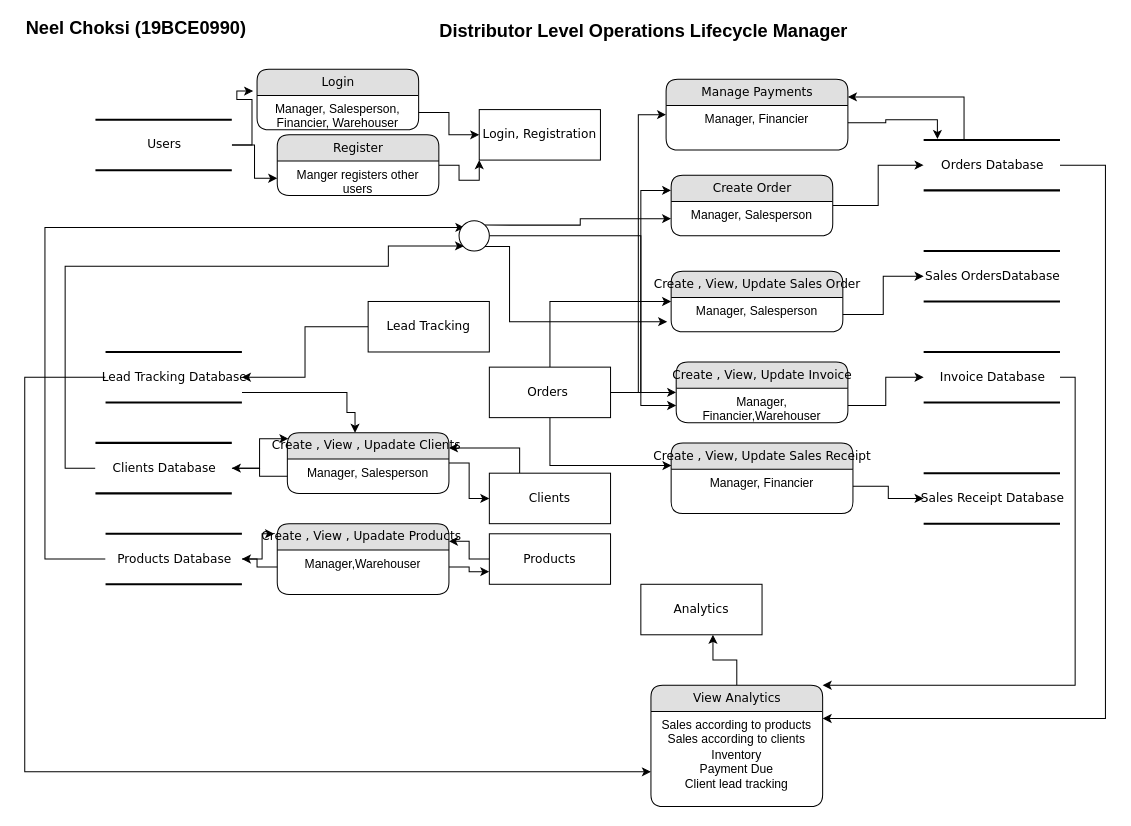
This is page "dataFlow" (1 of 2) of 1_implementation/diagrams/DataFlow.drawio from Learning2Code75/IWP_Project_SEM5_VIT, a draw.io file, before an edit. Source tidied: cells renumbered, new cells numbered last; positions are measured from the earlier drawing's top-left corner, leaving out a move shared by most shapes. Both pictures are drawn from the tidied source at 101%, with x=0, y=0 at pixel (19, 18).
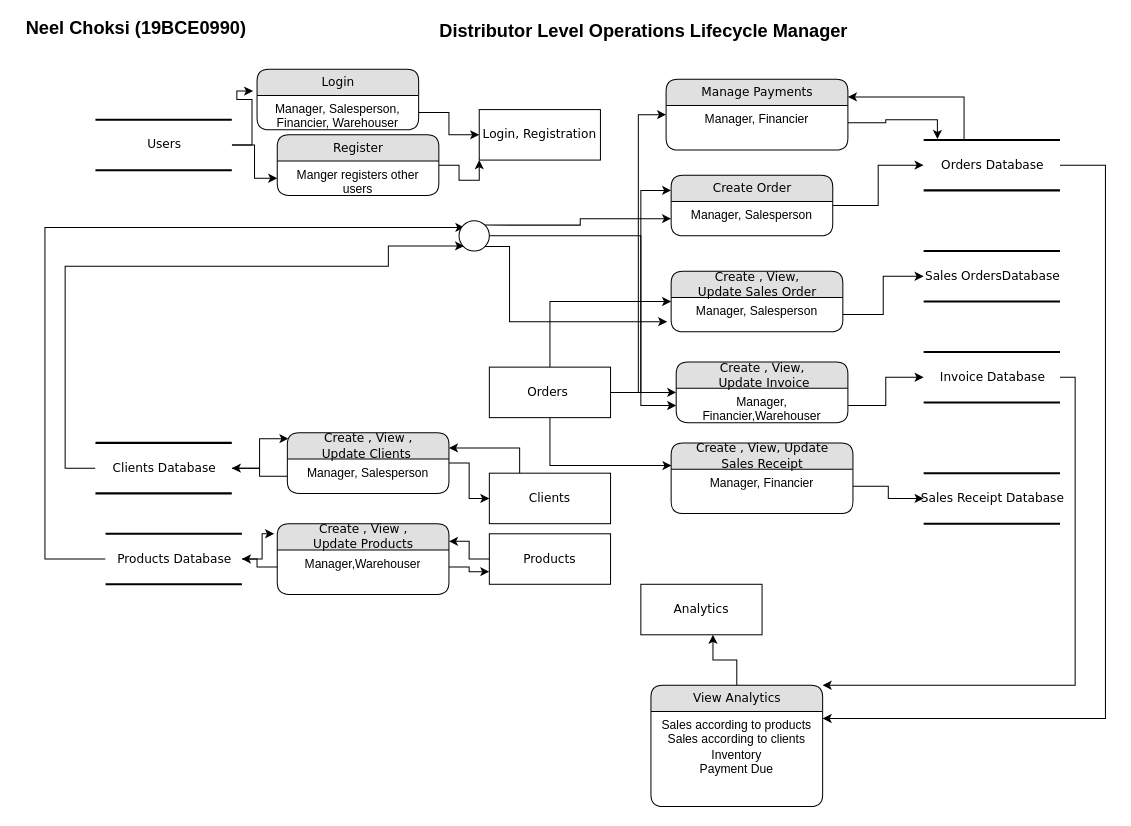
After the change.

Unchanged cells that the change refers to:
```xml
<mxCell id="69" value="View Analytics" style="swimlane;html=1;fontStyle=0;horizontal=1;startSize=26;fillColor=#e0e0e0;swimlaneFillColor=#ffffff;align=center;rounded=1;shadow=0;comic=0;labelBackgroundColor=none;strokeWidth=1;fontFamily=Verdana;fontSize=12;" parent="1" vertex="1">
  <mxGeometry x="625" y="660" width="170" height="120" as="geometry" />
</mxCell>
```

Diff of the diagram source:
```diff
@@
-    <mxCell id="15" style="edgeStyle=orthogonalEdgeStyle;rounded=0;jettySize=auto;html=1;entryX=0.419;entryY=0;entryDx=0;entryDy=0;entryPerimeter=0;" parent="1" edge="1" source="17" target="23">
-      <mxGeometry relative="1" as="geometry">
-        <Array as="points">
-          <mxPoint x="324" y="370" />
-          <mxPoint x="324" y="390" />
-        </Array>
-      </mxGeometry>
-    </mxCell>
-    <mxCell id="16" style="edgeStyle=orthogonalEdgeStyle;rounded=0;jettySize=auto;html=1;entryX=0;entryY=0.635;entryDx=0;entryDy=0;entryPerimeter=0;" parent="1" edge="1" source="17" target="70">
-      <mxGeometry relative="1" as="geometry">
-        <Array as="points">
-          <mxPoint x="5" y="355" />
-          <mxPoint x="5" y="746" />
-        </Array>
-      </mxGeometry>
-    </mxCell>
-    <mxCell id="17" value="Lead Tracking Database" style="html=1;rounded=0;shadow=0;comic=0;labelBackgroundColor=none;strokeWidth=2;fontFamily=Verdana;fontSize=12;align=center;shape=mxgraph.ios7ui.horLines;" parent="1" vertex="1">
-      <mxGeometry x="85" y="330" width="135" height="50" as="geometry" />
-    </mxCell>
@@
-    <mxCell id="23" value="Create , View , Upadate Clients&amp;nbsp;" style="swimlane;html=1;fontStyle=0;horizontal=1;startSize=26;fillColor=#e0e0e0;swimlaneFillColor=#ffffff;align=center;rounded=1;shadow=0;comic=0;labelBackgroundColor=none;strokeWidth=1;fontFamily=Verdana;fontSize=12;" parent="1" vertex="1">
+    <mxCell id="23" value="Create , View , &lt;br&gt;Update Clients&amp;nbsp;" style="swimlane;html=1;fontStyle=0;horizontal=1;startSize=26;fillColor=#e0e0e0;swimlaneFillColor=#ffffff;align=center;rounded=1;shadow=0;comic=0;labelBackgroundColor=none;strokeWidth=1;fontFamily=Verdana;fontSize=12;" parent="1" vertex="1">
       <mxGeometry x="265" y="410" width="160" height="60" as="geometry" />
     </mxCell>
@@
-    <mxCell id="37" style="edgeStyle=orthogonalEdgeStyle;rounded=0;jettySize=auto;html=1;" parent="1" edge="1" source="38" target="17">
-      <mxGeometry relative="1" as="geometry" />
-    </mxCell>
-    <mxCell id="38" value="Lead Tracking" style="whiteSpace=wrap;html=1;rounded=0;shadow=0;comic=0;labelBackgroundColor=none;strokeWidth=1;fontFamily=Verdana;fontSize=12;align=center;" parent="1" vertex="1">
-      <mxGeometry x="345" y="280" width="120" height="50" as="geometry" />
-    </mxCell>
@@
-    <mxCell id="47" value="Create , View, Update Sales Order" style="swimlane;html=1;fontStyle=0;horizontal=1;startSize=26;fillColor=#e0e0e0;swimlaneFillColor=#ffffff;align=center;rounded=1;shadow=0;comic=0;labelBackgroundColor=none;strokeWidth=1;fontFamily=Verdana;fontSize=12;" parent="1" vertex="1">
+    <mxCell id="47" value="Create , View, &lt;br&gt;Update Sales Order" style="swimlane;html=1;fontStyle=0;horizontal=1;startSize=26;fillColor=#e0e0e0;swimlaneFillColor=#ffffff;align=center;rounded=1;shadow=0;comic=0;labelBackgroundColor=none;strokeWidth=1;fontFamily=Verdana;fontSize=12;" parent="1" vertex="1">
       <mxGeometry x="645" y="250" width="170" height="60" as="geometry" />
     </mxCell>
@@
-    <mxCell id="49" value="Create , View, Update Invoice" style="swimlane;html=1;fontStyle=0;horizontal=1;startSize=26;fillColor=#e0e0e0;swimlaneFillColor=#ffffff;align=center;rounded=1;shadow=0;comic=0;labelBackgroundColor=none;strokeWidth=1;fontFamily=Verdana;fontSize=12;" parent="1" vertex="1">
+    <mxCell id="49" value="Create , View,&lt;br&gt;&amp;nbsp;Update Invoice" style="swimlane;html=1;fontStyle=0;horizontal=1;startSize=26;fillColor=#e0e0e0;swimlaneFillColor=#ffffff;align=center;rounded=1;shadow=0;comic=0;labelBackgroundColor=none;strokeWidth=1;fontFamily=Verdana;fontSize=12;" parent="1" vertex="1">
       <mxGeometry x="650" y="340" width="170" height="60" as="geometry" />
     </mxCell>
@@
-    <mxCell id="53" value="Create , View, Update Sales Receipt" style="swimlane;html=1;fontStyle=0;horizontal=1;startSize=26;fillColor=#e0e0e0;swimlaneFillColor=#ffffff;align=center;rounded=1;shadow=0;comic=0;labelBackgroundColor=none;strokeWidth=1;fontFamily=Verdana;fontSize=12;" parent="1" vertex="1">
+    <mxCell id="53" value="Create , View, Update &lt;br&gt;Sales Receipt" style="swimlane;html=1;fontStyle=0;horizontal=1;startSize=26;fillColor=#e0e0e0;swimlaneFillColor=#ffffff;align=center;rounded=1;shadow=0;comic=0;labelBackgroundColor=none;strokeWidth=1;fontFamily=Verdana;fontSize=12;" parent="1" vertex="1">
       <mxGeometry x="645" y="420" width="180" height="70" as="geometry" />
     </mxCell>
@@
-    <mxCell id="59" value="Create , View , Upadate Products&amp;nbsp;" style="swimlane;html=1;fontStyle=0;horizontal=1;startSize=26;fillColor=#e0e0e0;swimlaneFillColor=#ffffff;align=center;rounded=1;shadow=0;comic=0;labelBackgroundColor=none;strokeWidth=1;fontFamily=Verdana;fontSize=12;" parent="1" vertex="1">
+    <mxCell id="59" value="Create , View ,&lt;br&gt;&amp;nbsp;Update Products&amp;nbsp;" style="swimlane;html=1;fontStyle=0;horizontal=1;startSize=26;fillColor=#e0e0e0;swimlaneFillColor=#ffffff;align=center;rounded=1;shadow=0;comic=0;labelBackgroundColor=none;strokeWidth=1;fontFamily=Verdana;fontSize=12;" parent="1" vertex="1">
       <mxGeometry x="255" y="500" width="170" height="70" as="geometry" />
     </mxCell>
@@
-    <mxCell id="70" value="Sales according to products&lt;br&gt;Sales according to clients&lt;br&gt;Inventory&lt;br&gt;Payment Due&lt;br&gt;Client lead tracking" style="text;html=1;strokeColor=none;fillColor=none;spacingLeft=4;spacingRight=4;whiteSpace=wrap;overflow=hidden;points=[[0,0.5],[1,0.5]];portConstraint=eastwest;align=center;" parent="69" vertex="1">
+    <mxCell id="70" value="Sales according to products&lt;br&gt;Sales according to clients&lt;br&gt;Inventory&lt;br&gt;Payment Due" style="text;html=1;strokeColor=none;fillColor=none;spacingLeft=4;spacingRight=4;whiteSpace=wrap;overflow=hidden;points=[[0,0.5],[1,0.5]];portConstraint=eastwest;align=center;" parent="69" vertex="1">
       <mxGeometry y="26" width="170" height="94" as="geometry" />
     </mxCell>
```
